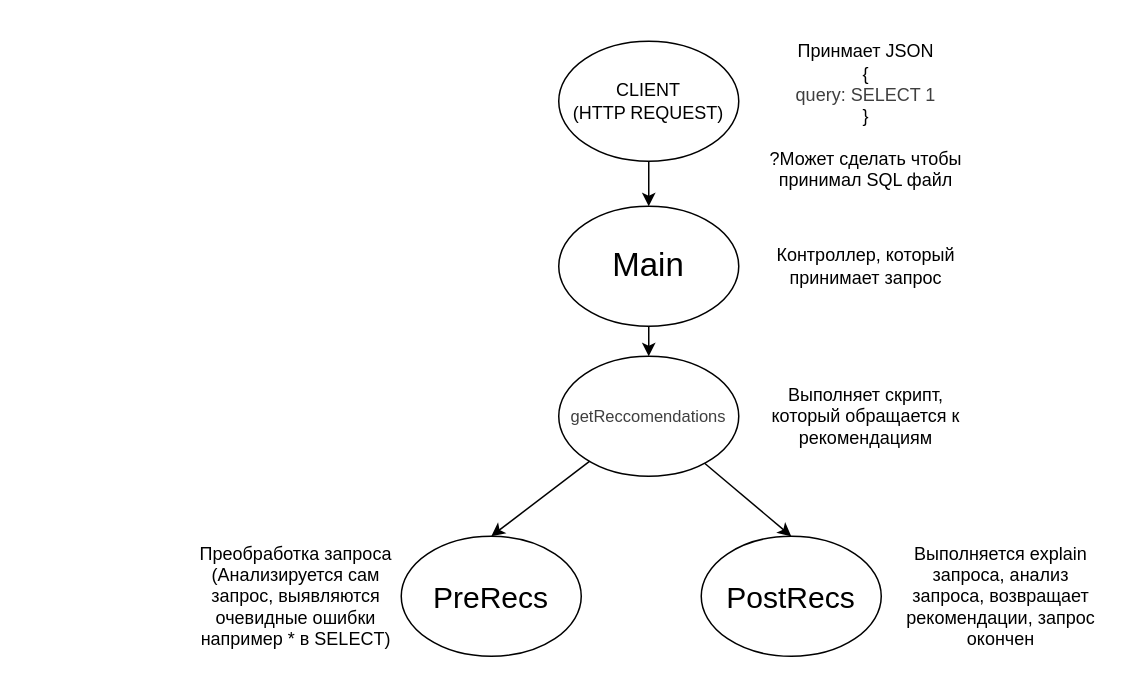
Before: schema.drawio in Edmorton1/MORE.Tech-PostgreKnights-, a draw.io diagram. Source tidied: cells renumbered, new cells numbered last; positions are measured from the earlier drawing's top-left corner, leaving out a move shared by most shapes. Both pictures are drawn from the tidied source at 150%, with x=0, y=0 at pixel (190, 26).
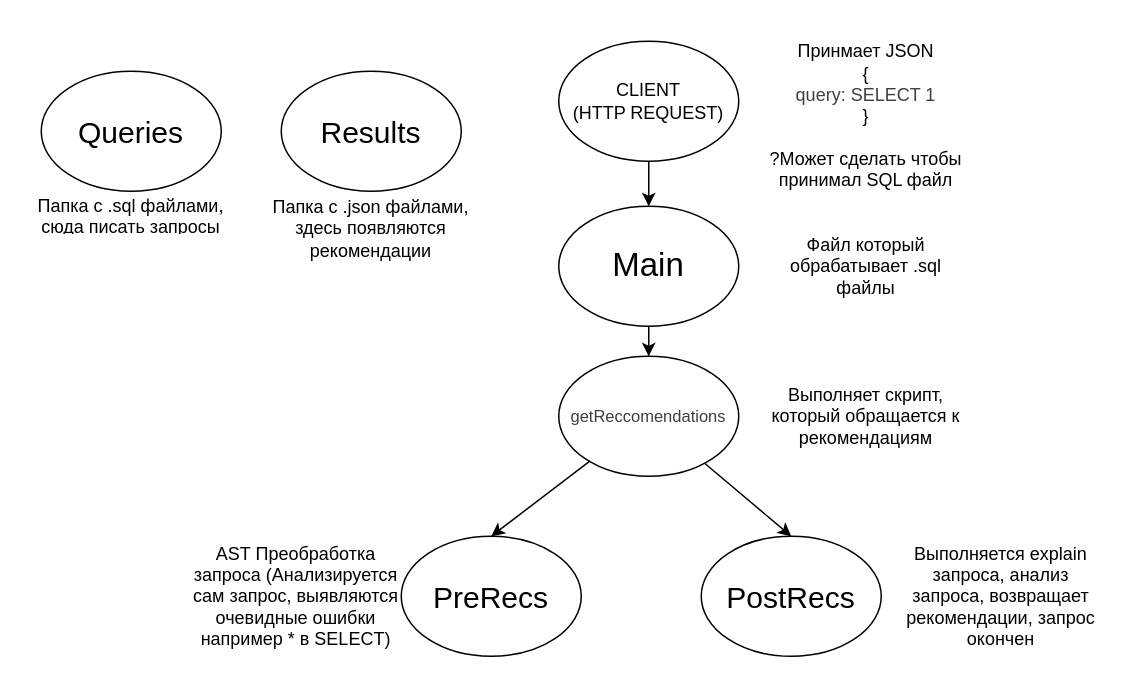
After the change.

The edit, as a diff of the source:
```diff
@@
 <mxGraphModel>
   <root>
     <mxCell id="0" />
     <mxCell id="1" parent="0" />
     <mxCell id="2" style="edgeStyle=none;html=1;entryX=0.5;entryY=0;entryDx=0;entryDy=0;" parent="1" edge="1" source="3" target="14">
       <mxGeometry relative="1" as="geometry" />
     </mxCell>
     <mxCell id="3" value="CLIENT&lt;div&gt;(HTTP REQUEST)&lt;/div&gt;" style="ellipse;whiteSpace=wrap;html=1;" parent="1" vertex="1">
       <mxGeometry x="245" y="10" width="120" height="80" as="geometry" />
     </mxCell>
     <mxCell id="4" style="edgeStyle=none;html=1;entryX=0.5;entryY=0;entryDx=0;entryDy=0;" parent="1" edge="1" source="6" target="7">
       <mxGeometry relative="1" as="geometry" />
     </mxCell>
     <mxCell id="5" style="edgeStyle=none;html=1;entryX=0.5;entryY=0;entryDx=0;entryDy=0;" parent="1" edge="1" source="6" target="9">
       <mxGeometry relative="1" as="geometry" />
     </mxCell>
     <mxCell id="6" value="&lt;span style=&quot;color: rgb(63, 63, 63); font-size: 11px;&quot;&gt;getReccomendations&lt;/span&gt;" style="ellipse;whiteSpace=wrap;html=1;" parent="1" vertex="1">
       <mxGeometry x="245" y="220" width="120" height="80" as="geometry" />
     </mxCell>
     <mxCell id="7" value="&lt;span style=&quot;font-size: 20px;&quot;&gt;PreRecs&lt;/span&gt;" style="ellipse;whiteSpace=wrap;html=1;" parent="1" vertex="1">
       <mxGeometry x="140" y="340" width="120" height="80" as="geometry" />
     </mxCell>
-    <mxCell id="8" value="Преобработка запроса (Анализируется сам запрос, выявляются очевидные ошибки&lt;div&gt;например * в SELECT)&lt;/div&gt;" style="text;html=1;strokeColor=none;fillColor=none;align=center;verticalAlign=middle;whiteSpace=wrap;overflow=hidden;" parent="1" vertex="1">
+    <mxCell id="8" value="AST Преобработка запроса (Анализируется сам запрос, выявляются очевидные ошибки&lt;div&gt;например * в SELECT)&lt;/div&gt;" style="text;html=1;strokeColor=none;fillColor=none;align=center;verticalAlign=middle;whiteSpace=wrap;overflow=hidden;" parent="1" vertex="1">
       <mxGeometry y="340" width="140" height="80" as="geometry" />
     </mxCell>
     <mxCell id="9" value="&lt;font style=&quot;font-size: 20px;&quot;&gt;PostRecs&lt;/font&gt;" style="ellipse;whiteSpace=wrap;html=1;" parent="1" vertex="1">
       <mxGeometry x="340" y="340" width="120" height="80" as="geometry" />
     </mxCell>
     <mxCell id="10" value="Выполняется explain запроса, анализ запроса, возвращает рекомендации, запрос окончен" style="text;html=1;strokeColor=none;fillColor=none;align=center;verticalAlign=middle;whiteSpace=wrap;overflow=hidden;" parent="1" vertex="1">
       <mxGeometry x="470" y="340" width="140" height="80" as="geometry" />
     </mxCell>
     <mxCell id="11" value="Принмает JSON&lt;div&gt;{&lt;/div&gt;&lt;div&gt;&lt;span style=&quot;color: rgb(63, 63, 63); background-color: transparent;&quot;&gt;query: SELECT 1&lt;/span&gt;&lt;/div&gt;&lt;div&gt;}&lt;/div&gt;&lt;div&gt;&lt;br&gt;&lt;/div&gt;&lt;div&gt;?Может сделать чтобы принимал SQL файл&lt;/div&gt;" style="text;html=1;strokeColor=none;fillColor=none;align=center;verticalAlign=middle;whiteSpace=wrap;overflow=hidden;" parent="1" vertex="1">
       <mxGeometry x="380" width="140" height="120" as="geometry" />
     </mxCell>
     <mxCell id="12" value="Выполняет скрипт, который обращается к рекомендациям" style="text;html=1;strokeColor=none;fillColor=none;align=center;verticalAlign=middle;whiteSpace=wrap;overflow=hidden;" parent="1" vertex="1">
       <mxGeometry x="380" y="220" width="140" height="80" as="geometry" />
     </mxCell>
     <mxCell id="13" style="edgeStyle=none;html=1;entryX=0.5;entryY=0;entryDx=0;entryDy=0;" parent="1" edge="1" source="14" target="6">
       <mxGeometry relative="1" as="geometry" />
     </mxCell>
     <mxCell id="14" value="&lt;font style=&quot;font-size: 22px;&quot;&gt;Main&lt;/font&gt;" style="ellipse;whiteSpace=wrap;html=1;" parent="1" vertex="1">
       <mxGeometry x="245" y="120" width="120" height="80" as="geometry" />
     </mxCell>
-    <mxCell id="15" value="Контроллер, который принимает запрос" style="text;html=1;strokeColor=none;fillColor=none;align=center;verticalAlign=middle;whiteSpace=wrap;overflow=hidden;" parent="1" vertex="1">
+    <mxCell id="15" value="Файл который обрабатывает .sql файлы" style="text;html=1;strokeColor=none;fillColor=none;align=center;verticalAlign=middle;whiteSpace=wrap;overflow=hidden;" parent="1" vertex="1">
       <mxGeometry x="380" y="120" width="140" height="80" as="geometry" />
     </mxCell>
+    <mxCell id="16" value="&lt;span style=&quot;font-size: 20px;&quot;&gt;Queries&lt;/span&gt;" style="ellipse;whiteSpace=wrap;html=1;" parent="1" vertex="1">
+      <mxGeometry x="-100" y="30" width="120" height="80" as="geometry" />
+    </mxCell>
+    <mxCell id="17" value="&lt;span style=&quot;font-size: 20px;&quot;&gt;Results&lt;/span&gt;" style="ellipse;whiteSpace=wrap;html=1;" parent="1" vertex="1">
+      <mxGeometry x="60" y="30" width="120" height="80" as="geometry" />
+    </mxCell>
+    <mxCell id="18" value="Папка с .sql файлами,&lt;div&gt;сюда писать запросы&lt;/div&gt;" style="text;html=1;strokeColor=none;fillColor=none;align=center;verticalAlign=middle;whiteSpace=wrap;overflow=hidden;" parent="1" vertex="1">
+      <mxGeometry x="-110" y="110" width="140" height="30" as="geometry" />
+    </mxCell>
+    <mxCell id="19" value="Папка с .json файлами,&lt;div&gt;здесь появляются рекомендации&lt;/div&gt;" style="text;html=1;strokeColor=none;fillColor=none;align=center;verticalAlign=middle;whiteSpace=wrap;overflow=hidden;" parent="1" vertex="1">
+      <mxGeometry x="50" y="110" width="140" height="50" as="geometry" />
+    </mxCell>
   </root>
 </mxGraphModel>
```
